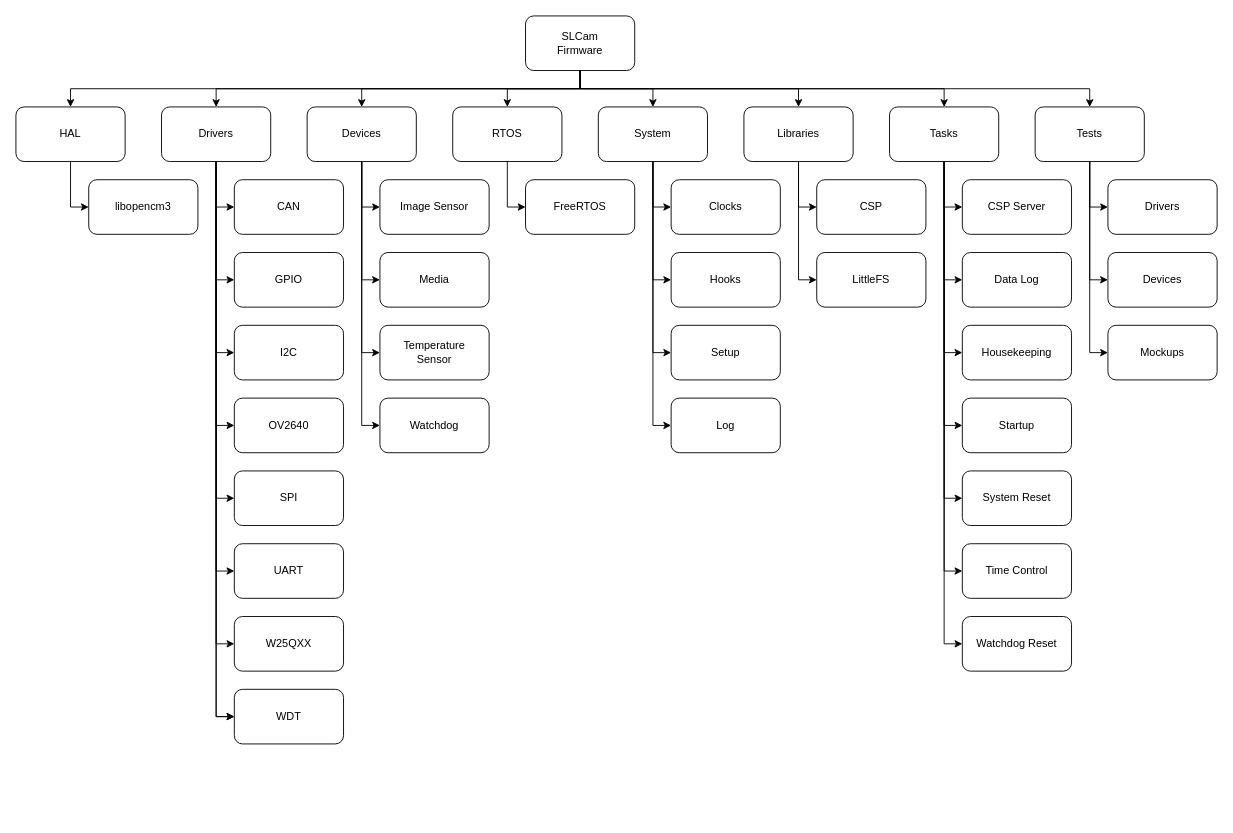
Before: firmware/doc/product-tree-fw.drawio in spacelab-ufsc/slcam, a draw.io diagram. Source tidied: cells renumbered, new cells numbered last; positions are measured from the earlier drawing's top-left corner, leaving out a move shared by most shapes. Both pictures are drawn from the tidied source at 91%, with x=0, y=0 at pixel (15, 15).
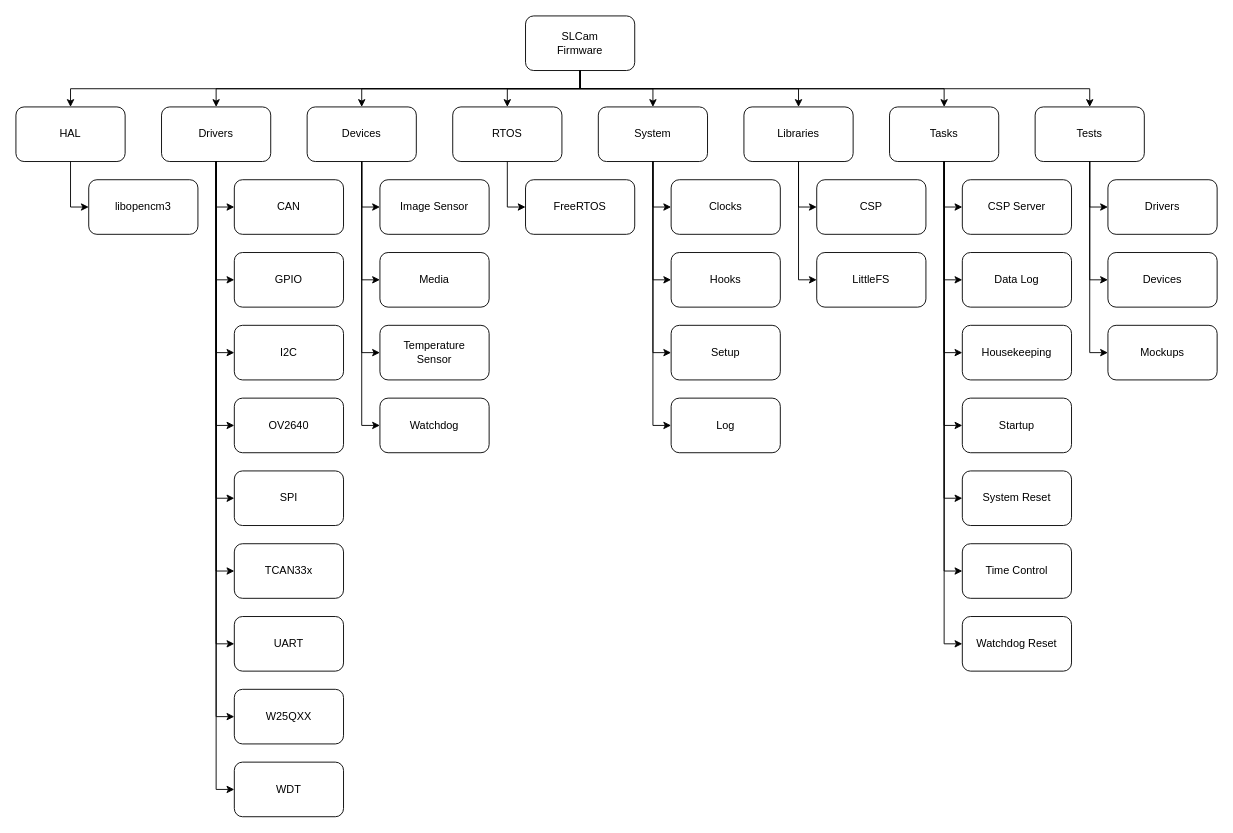
The same page after the edit.

Commit message (it also covers changes not shown here):
firmware: doc: Adding the TCAN33x driver to the product tree #73

Unchanged cells that the change refers to:
```xml
<mxCell id="2" value="Drivers" style="rounded=1;whiteSpace=wrap;html=1;" parent="1" vertex="1">
  <mxGeometry x="160" y="100" width="120" height="60" as="geometry" />
</mxCell>
```

Diff of the diagram source:
```diff
@@
     <mxCell id="10" value="UART" style="rounded=1;whiteSpace=wrap;html=1;" parent="1" vertex="1">
-      <mxGeometry x="240" y="580" width="120" height="60" as="geometry" />
+      <mxGeometry x="240" y="660" width="120" height="60" as="geometry" />
     </mxCell>
     <mxCell id="11" value="W25QXX" style="rounded=1;whiteSpace=wrap;html=1;" parent="1" vertex="1">
-      <mxGeometry x="240" y="660" width="120" height="60" as="geometry" />
+      <mxGeometry x="240" y="740" width="120" height="60" as="geometry" />
     </mxCell>
@@
     <mxCell id="17" style="endArrow=classic;html=1;rounded=0;entryX=0;entryY=0.5;entryDx=0;entryDy=0;exitX=0.5;exitY=1;exitDx=0;exitDy=0;" parent="1" edge="1" source="2" target="10">
       <mxGeometry relative="1" as="geometry">
         <Array as="points">
-          <mxPoint x="220" y="610" />
+          <mxPoint x="220" y="690" />
         </Array>
       </mxGeometry>
     </mxCell>
     <mxCell id="18" style="endArrow=classic;html=1;rounded=0;entryX=0;entryY=0.5;entryDx=0;entryDy=0;exitX=0.5;exitY=1;exitDx=0;exitDy=0;" parent="1" edge="1" source="2" target="11">
       <mxGeometry relative="1" as="geometry">
         <Array as="points">
-          <mxPoint x="220" y="690" />
+          <mxPoint x="220" y="770" />
         </Array>
       </mxGeometry>
     </mxCell>
@@
     <mxCell id="69" value="WDT" style="rounded=1;whiteSpace=wrap;html=1;" parent="1" vertex="1">
-      <mxGeometry x="240" y="740" width="120" height="60" as="geometry" />
+      <mxGeometry x="240" y="820" width="120" height="60" as="geometry" />
     </mxCell>
     <mxCell id="70" style="endArrow=classic;html=1;rounded=0;entryX=0;entryY=0.5;entryDx=0;entryDy=0;exitX=0.5;exitY=1;exitDx=0;exitDy=0;" parent="1" edge="1" source="2" target="69">
       <mxGeometry relative="1" as="geometry">
         <Array as="points">
-          <mxPoint x="220" y="770" />
+          <mxPoint x="220" y="850" />
         </Array>
       </mxGeometry>
     </mxCell>
-    <mxCell id="71" style="endArrow=classic;html=1;rounded=0;entryX=0;entryY=0.5;entryDx=0;entryDy=0;exitX=0.5;exitY=1;exitDx=0;exitDy=0;" parent="1" edge="1" source="2">
-      <mxGeometry relative="1" as="geometry">
-        <mxPoint x="240" y="770" as="targetPoint" />
-        <Array as="points">
-          <mxPoint x="220" y="770" />
-        </Array>
-      </mxGeometry>
-    </mxCell>
@@
+    <mxCell id="80" value="TCAN33x" style="rounded=1;whiteSpace=wrap;html=1;" parent="1" vertex="1">
+      <mxGeometry x="240" y="580" width="120" height="60" as="geometry" />
+    </mxCell>
+    <mxCell id="81" style="endArrow=classic;html=1;rounded=0;entryX=0;entryY=0.5;entryDx=0;entryDy=0;" parent="1" edge="1" source="2" target="80">
+      <mxGeometry relative="1" as="geometry">
+        <Array as="points">
+          <mxPoint x="220" y="610" />
+        </Array>
+      </mxGeometry>
+    </mxCell>
```
